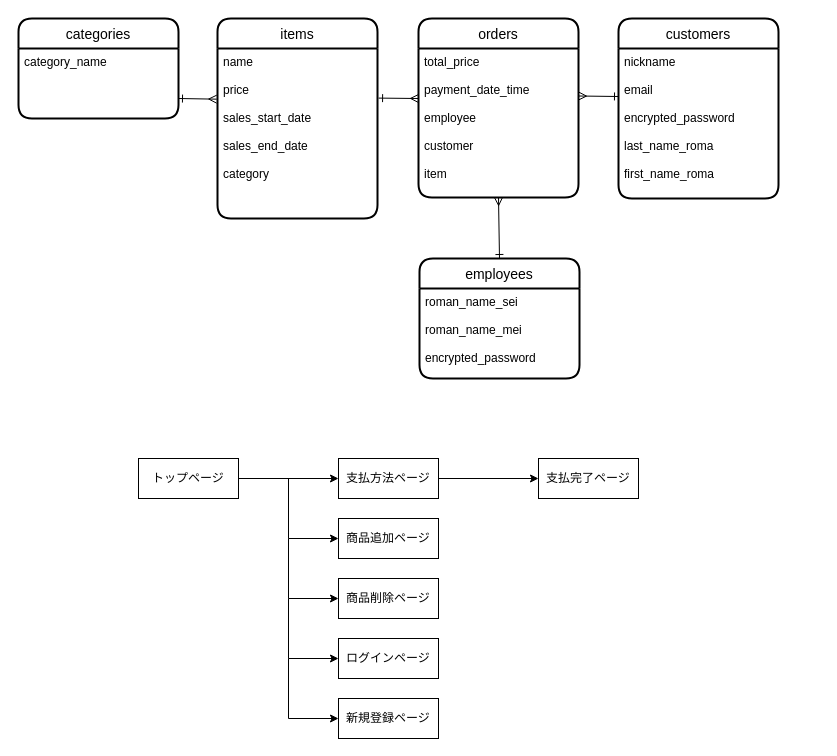
Before: pcr.dio in kazami1066/PlainCashRegister, a draw.io diagram. Source tidied: cells renumbered, new cells numbered last; positions are measured from the earlier drawing's top-left corner, leaving out a move shared by most shapes. Both pictures are drawn from the tidied source at 100%, with x=0, y=0 at pixel (18, 18).
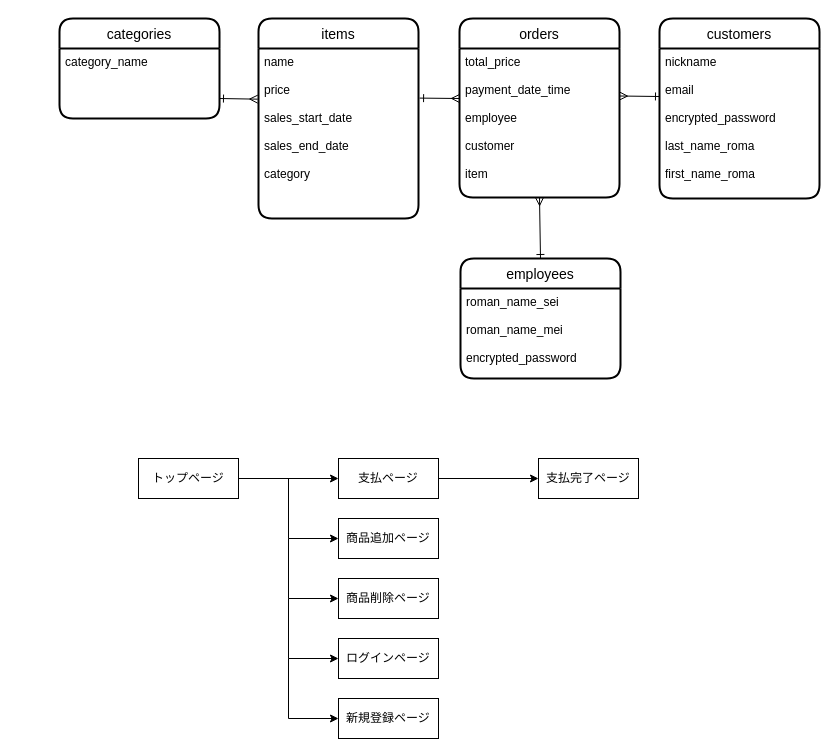
The same diagram, later.

The change refers to these unchanged cells:
```xml
<mxCell id="4" value="name&#10;&#10;price&#10;&#10;sales_start_date&#10;&#10;sales_end_date&#10;&#10;category" style="align=left;strokeColor=none;fillColor=none;spacingLeft=4;fontSize=12;verticalAlign=top;" parent="3" vertex="1">
  <mxGeometry y="30" width="160" height="170" as="geometry" />
</mxCell>
```

What changed in the source:
```diff
@@
     <mxCell id="2" style="edgeStyle=none;html=1;exitX=-0.005;exitY=0.298;exitDx=0;exitDy=0;startArrow=ERmany;startFill=0;endArrow=ERone;endFill=0;exitPerimeter=0;" parent="1" edge="1" source="4">
       <mxGeometry relative="1" as="geometry">
-        <mxPoint x="160" y="80" as="targetPoint" />
+        <mxPoint x="201" y="80" as="targetPoint" />
       </mxGeometry>
     </mxCell>
     <mxCell id="3" value="items" style="swimlane;horizontal=1;startSize=30;rounded=1;fontSize=14;fontStyle=0;strokeWidth=2;shadow=0;dashed=0;align=center;" parent="1" vertex="1">
-      <mxGeometry x="199" width="160" height="200" as="geometry" />
+      <mxGeometry x="240" width="160" height="200" as="geometry" />
     </mxCell>
@@
     <mxCell id="5" value="orders" style="swimlane;horizontal=1;startSize=30;rounded=1;fontSize=14;fontStyle=0;strokeWidth=2;shadow=0;dashed=0;align=center;" parent="1" vertex="1">
-      <mxGeometry x="400" width="160" height="179" as="geometry" />
+      <mxGeometry x="441" width="160" height="179" as="geometry" />
     </mxCell>
@@
     <mxCell id="8" value="employees" style="swimlane;horizontal=1;startSize=30;rounded=1;fontSize=14;fontStyle=0;strokeWidth=2;shadow=0;dashed=0;align=center;" parent="1" vertex="1">
-      <mxGeometry x="401" y="240" width="160" height="120" as="geometry" />
+      <mxGeometry x="442" y="240" width="160" height="120" as="geometry" />
     </mxCell>
@@
     <mxCell id="10" value="customers" style="swimlane;horizontal=1;startSize=30;rounded=1;fontSize=14;fontStyle=0;strokeWidth=2;shadow=0;dashed=0;align=center;" parent="1" vertex="1">
-      <mxGeometry x="600" width="160" height="180" as="geometry" />
+      <mxGeometry x="641" width="160" height="180" as="geometry" />
     </mxCell>
@@
     <mxCell id="12" style="edgeStyle=none;html=1;exitX=1.007;exitY=0.303;exitDx=0;exitDy=0;startArrow=ERone;startFill=0;endArrow=ERmany;endFill=0;exitPerimeter=0;" parent="1" edge="1">
       <mxGeometry relative="1" as="geometry">
-        <mxPoint x="360.1" y="79.6" as="sourcePoint" />
-        <mxPoint x="400" y="80" as="targetPoint" />
+        <mxPoint x="401.1" y="79.6" as="sourcePoint" />
+        <mxPoint x="441" y="80" as="targetPoint" />
       </mxGeometry>
     </mxCell>
     <mxCell id="13" style="edgeStyle=none;html=1;entryX=1;entryY=0.5;entryDx=0;entryDy=0;startArrow=ERone;startFill=0;endArrow=ERmany;endFill=0;" parent="1" edge="1">
       <mxGeometry relative="1" as="geometry">
-        <mxPoint x="600" y="78" as="sourcePoint" />
-        <mxPoint x="560" y="77.5" as="targetPoint" />
+        <mxPoint x="641" y="78" as="sourcePoint" />
+        <mxPoint x="601" y="77.5" as="targetPoint" />
       </mxGeometry>
     </mxCell>
@@
-    <mxCell id="19" value="支払方法ページ" style="whiteSpace=wrap;html=1;align=center;" parent="1" vertex="1">
+    <mxCell id="19" value="支払ページ" style="whiteSpace=wrap;html=1;align=center;" parent="1" vertex="1">
       <mxGeometry x="320" y="440" width="100" height="40" as="geometry" />
     </mxCell>
@@
     <mxCell id="27" value="categories" style="swimlane;horizontal=1;startSize=30;rounded=1;fontSize=14;fontStyle=0;strokeWidth=2;shadow=0;dashed=0;align=center;" parent="1" vertex="1">
-      <mxGeometry width="160" height="100" as="geometry" />
+      <mxGeometry x="41" width="160" height="100" as="geometry" />
     </mxCell>
```
